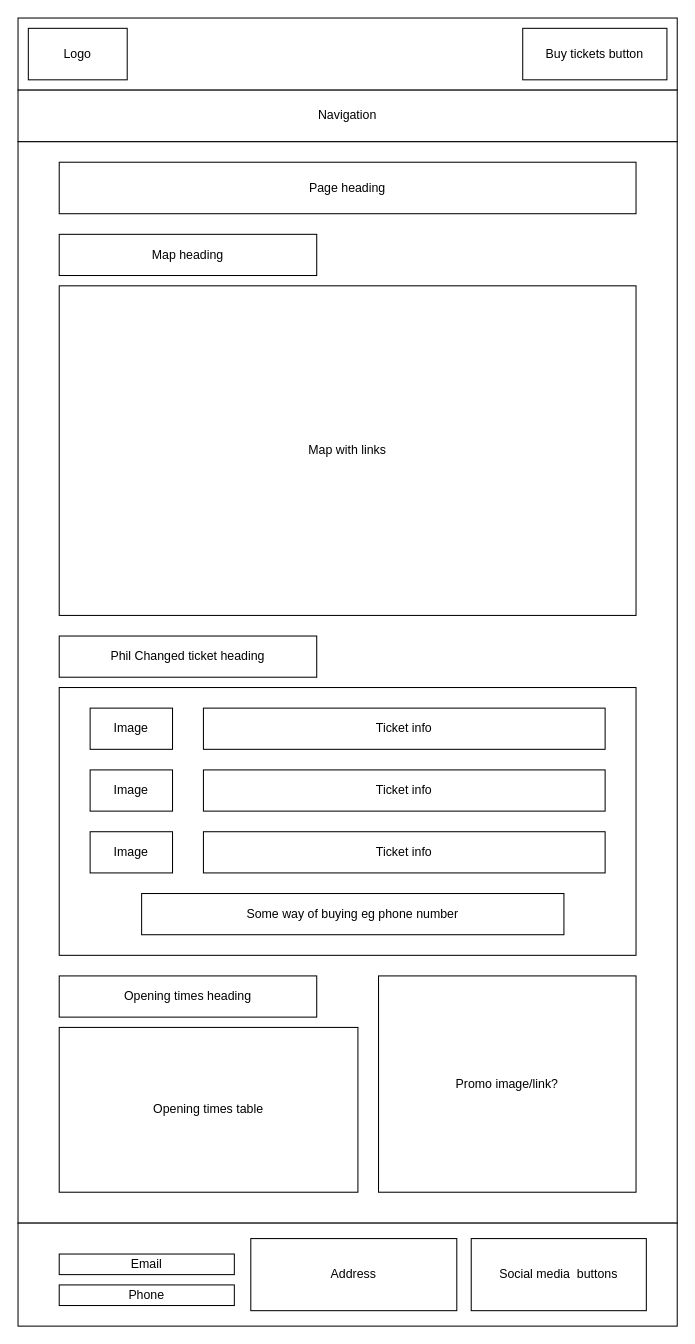
pmcclure852/WebDevGroupProj keeps this draw.io diagram as Wireframes/ThemeParkInfo_wide - Copy for test.drawio. Above is the earlier version. Source tidied: cells renumbered, new cells numbered last; positions are measured from the earlier drawing's top-left corner, leaving out a move shared by most shapes. Both pictures are drawn from the tidied source at 103%, with x=0, y=0 at pixel (18, 18).
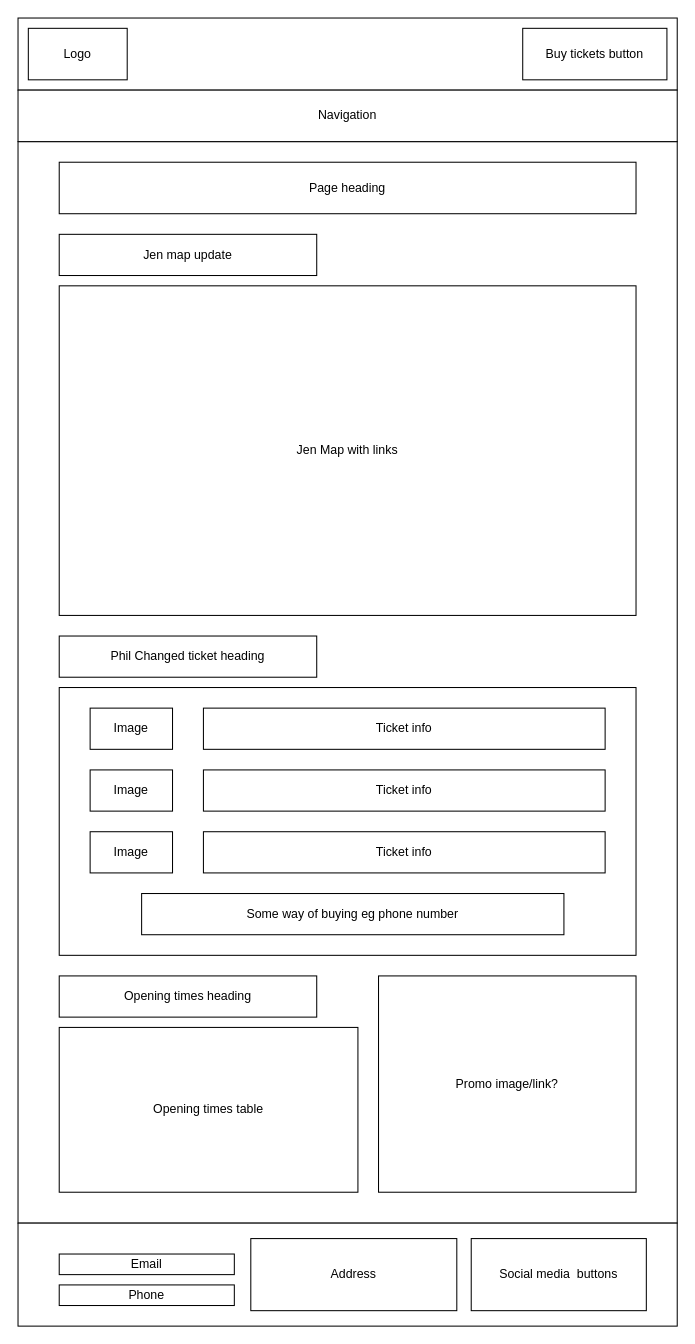
Above is the later version.

What changed in the source:
```diff
@@
-    <mxCell id="9" value="Map with links" style="rounded=0;whiteSpace=wrap;html=1;" parent="1" vertex="1">
+    <mxCell id="9" value="Jen Map with links" style="rounded=0;whiteSpace=wrap;html=1;" parent="1" vertex="1">
       <mxGeometry x="40" y="260" width="560" height="320" as="geometry" />
     </mxCell>
-    <mxCell id="10" value="Map heading" style="rounded=0;whiteSpace=wrap;html=1;" parent="1" vertex="1">
+    <mxCell id="10" value="Jen map update" style="rounded=0;whiteSpace=wrap;html=1;" parent="1" vertex="1">
       <mxGeometry x="40" y="210" width="250" height="40" as="geometry" />
     </mxCell>
```
